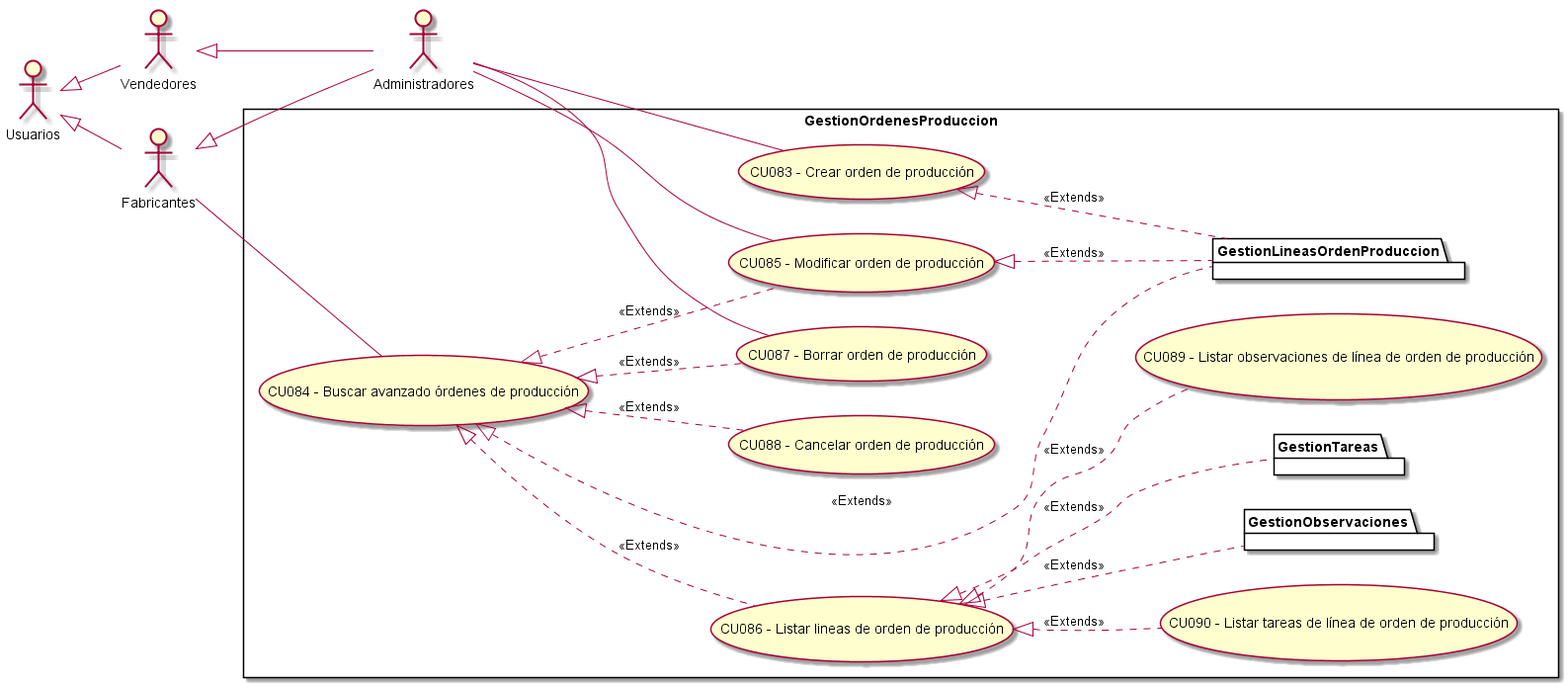
Above: Informe Final/Imagenes/ModeladoDeCasosDeUso/DiagramaDeCasosDeUso/GestionOrdenesProduccion.png in ZMGestion/DocumentacionZMGestion (PlantUML), before the change.
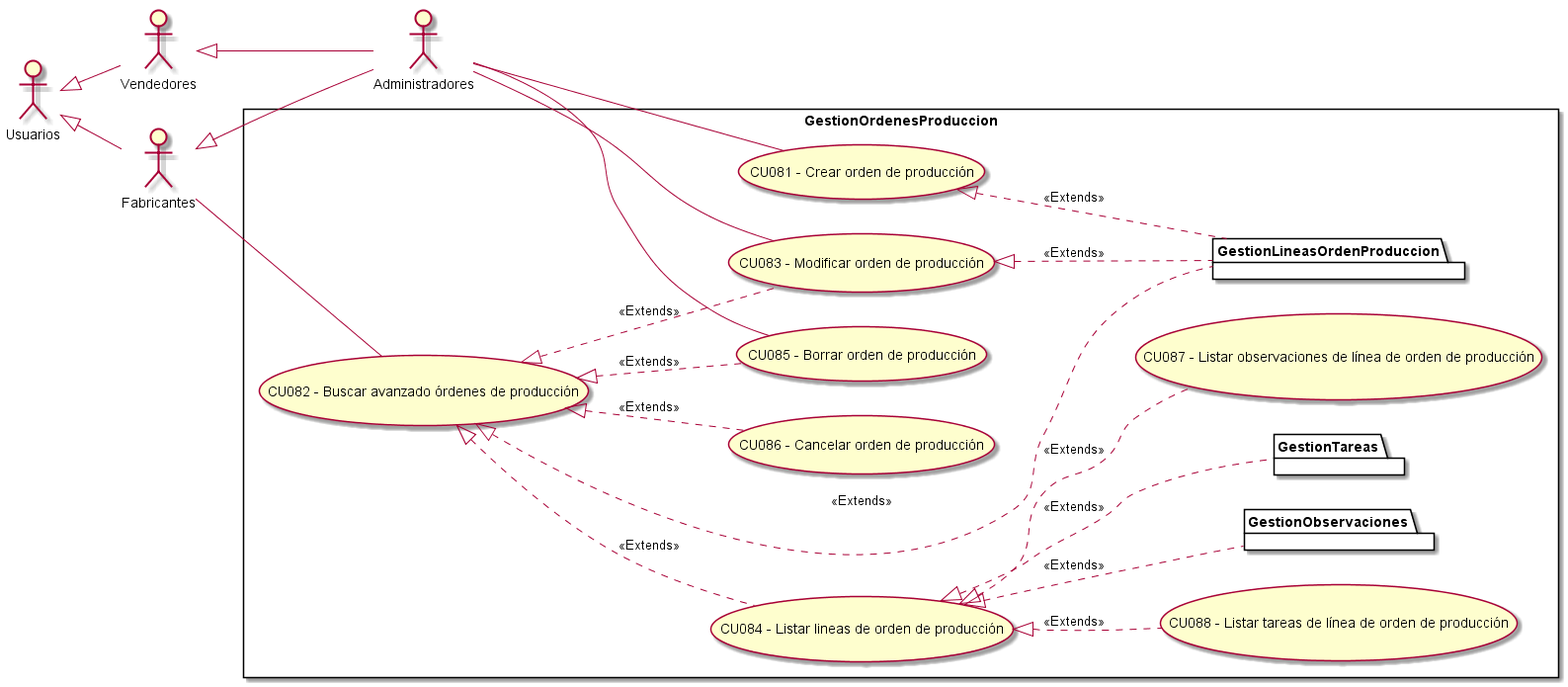
After the change.

The edit, as a diff of the source:
```diff
@@ -13,14 +13,14 @@
  left to right direction
 
 rectangle GestionOrdenesProduccion{
-    UseCase "CU083 - Crear orden de producción" as C
-    UseCase "CU084 - Buscar avanzado órdenes de producción " as BA
-    UseCase "CU085 - Modificar orden de producción" as M
-    UseCase "CU086 - Listar lineas de orden de producción" as ListarLineas
-    UseCase "CU087 - Borrar orden de producción" as B
-    UseCase "CU088 - Cancelar orden de producción" as Cancelar
-    UseCase "CU089 - Listar observaciones de línea de orden de producción" as ListarObservaciones
-    UseCase "CU090 - Listar tareas de línea de orden de producción" as ListarTareas
+    UseCase "CU081 - Crear orden de producción" as C
+    UseCase "CU082 - Buscar avanzado órdenes de producción " as BA
+    UseCase "CU083 - Modificar orden de producción" as M
+    UseCase "CU084 - Listar lineas de orden de producción" as ListarLineas
+    UseCase "CU085 - Borrar orden de producción" as B
+    UseCase "CU086 - Cancelar orden de producción" as Cancelar
+    UseCase "CU087 - Listar observaciones de línea de orden de producción" as ListarObservaciones
+    UseCase "CU088 - Listar tareas de línea de orden de producción" as ListarTareas
     package GestionLineasOrdenProduccion{
     }
     package GestionObservaciones{
```
